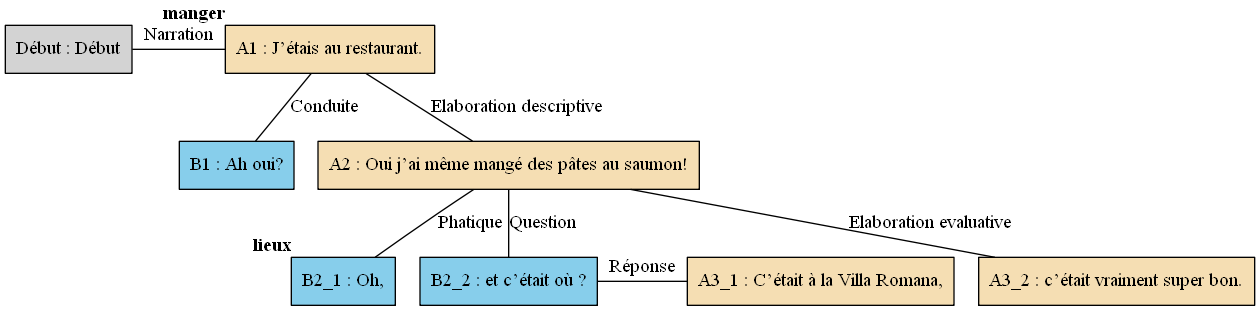
AlaixComet/AnnotationSlamPTut keeps this Graphviz diagram as arbres/Bac_a_sable/Bac_a_sable_-_A02.gv.png. Above is the earlier version. Its source is kept beside it as arbres/Bac_a_sable/Bac_a_sable_-_A02.gv.
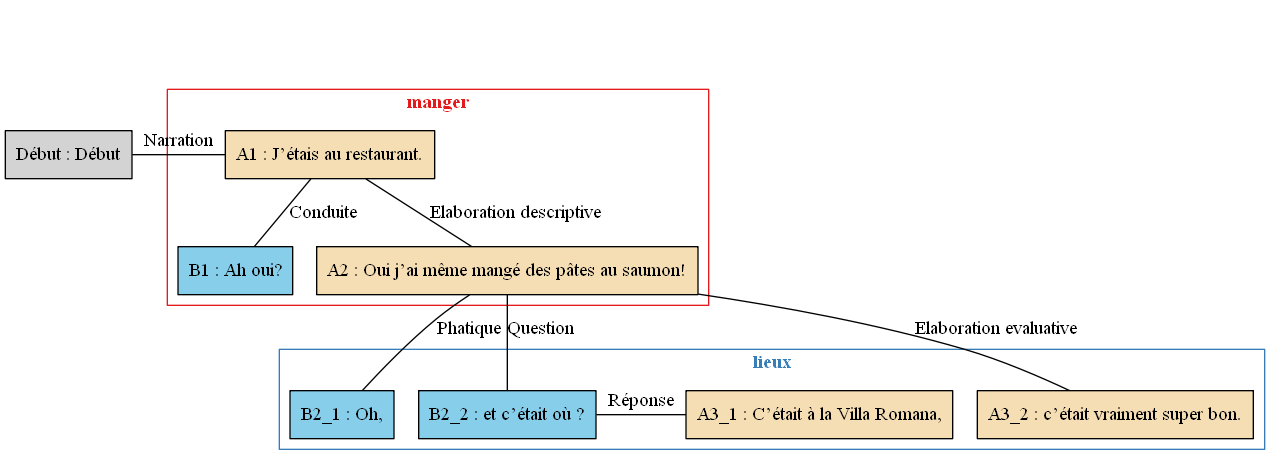
Later version of the same file.

The edit, as a diff of the source:
```diff
@@ -1,28 +1,42 @@
 digraph A02 {
 	node [shape=box style=filled]
-	"Début" [label="Début : Début" xlabel=""]
-	A1 [label="A1 : J’étais au restaurant." fillcolor=wheat xlabel=<<B>manger</B>>]
-	B1 [label="B1 : Ah oui?" fillcolor=skyblue xlabel=""]
-	A2 [label="A2 : Oui j’ai même mangé des pâtes au saumon!" fillcolor=wheat xlabel=""]
-	B2_1 [label="B2_1 : Oh," fillcolor=skyblue xlabel=<<B>lieux</B>>]
-	B2_2 [label="B2_2 : et c’était où ?" fillcolor=skyblue xlabel=""]
-	A3_1 [label="A3_1 : C’était à la Villa Romana," fillcolor=wheat xlabel=""]
-	A3_2 [label="A3_2 : c’était vraiment super bon." fillcolor=wheat xlabel=""]
-	{
-		rank=same
-		"Début"
+	newrank=true
+	zero [style=invis]
+	"Début" [label="Début : Début"]
+	A1 [label="A1 : J’étais au restaurant." fillcolor=wheat]
+	B1 [label="B1 : Ah oui?" fillcolor=skyblue]
+	A2 [label="A2 : Oui j’ai même mangé des pâtes au saumon!" fillcolor=wheat]
+	B2_1 [label="B2_1 : Oh," fillcolor=skyblue]
+	B2_2 [label="B2_2 : et c’était où ?" fillcolor=skyblue]
+	A3_1 [label="A3_1 : C’était à la Villa Romana," fillcolor=wheat]
+	A3_2 [label="A3_2 : c’était vraiment super bon." fillcolor=wheat]
+	zero -> "Début" [label="" style=invis]
+	zero -> A1 [style=invis weight=1]
+	"Début" -> A1 [label=Narration constraint=false dir=none]
+	A1 -> B1 [label=Conduite dir=none weight=2]
+	A1 -> A2 [label="Elaboration descriptive" dir=none weight=2]
+	A2 -> B2_1 [label=Phatique dir=none weight=2]
+	A2 -> B2_2 [label=Question dir=none weight=2]
+	A2 -> A3_1 [style=invis weight=1]
+	B2_2 -> A3_1 [label="Réponse" constraint=false dir=none]
+	A2 -> A3_2 [label="Elaboration evaluative" dir=none weight=2]
+	subgraph cluster_1 {
+		label=<<B>manger</B>>
+		colorscheme=set19
+		color=1
+		fontcolor=1
 		A1
-		"Début" -> A1 [label=Narration dir=none]
+		B1
+		A2
 	}
-	A1 -> B1 [label=Conduite dir=none]
-	A1 -> A2 [label="Elaboration descriptive" dir=none]
-	A2 -> B2_1 [label=Phatique dir=none]
-	A2 -> B2_2 [label=Question dir=none]
-	{
-		rank=same
+	subgraph cluster_2 {
+		label=<<B>lieux</B>>
+		colorscheme=set19
+		color=2
+		fontcolor=2
+		B2_1
 		B2_2
 		A3_1
-		B2_2 -> A3_1 [label="Réponse" dir=none]
+		A3_2
 	}
-	A2 -> A3_2 [label="Elaboration evaluative" dir=none]
 }
```
